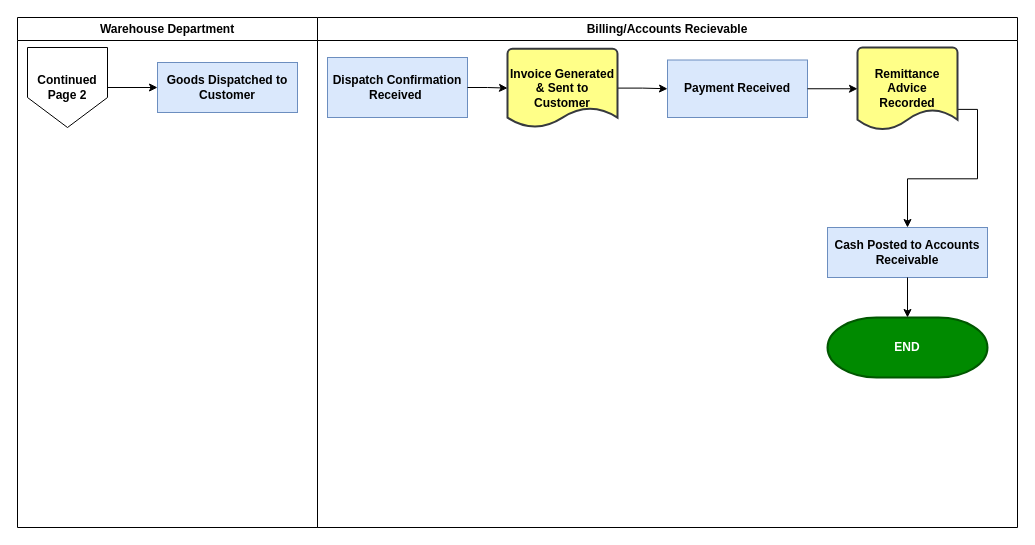
The draw.io diagram page "Page 2" (2 of 2) of Revenue_Cycle_Controls.drawio in andressiguenza/drawio, before the edit. Source tidied: cells renumbered, new cells numbered last; positions are measured from the earlier drawing's top-left corner, leaving out a move shared by most shapes. Both pictures are drawn from the tidied source at 100%, with x=0, y=0 at pixel (17, 17).
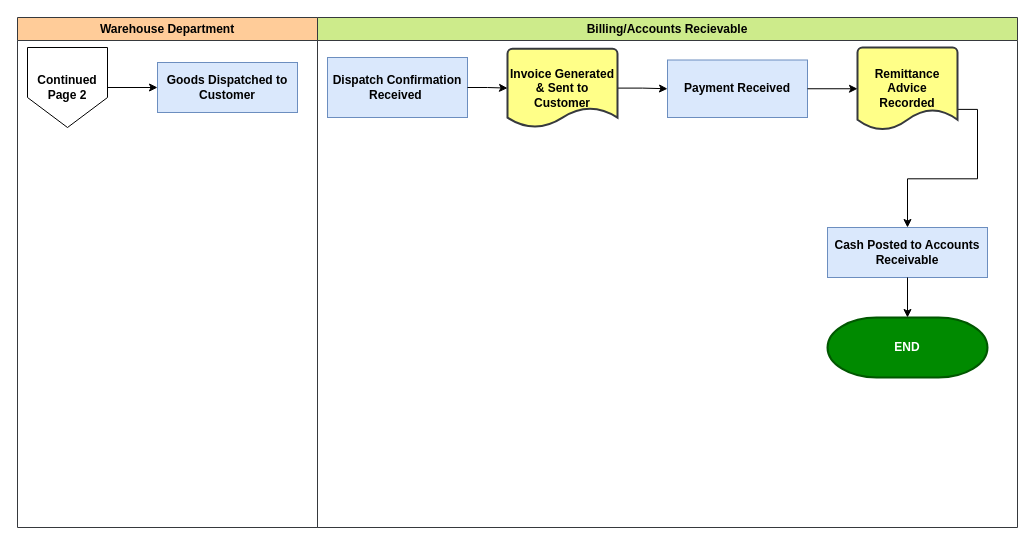
After the change.

Change to the diagram source:
```diff
@@
 <mxGraphModel>
   <root>
     <mxCell id="0" />
     <mxCell id="1" parent="0" />
     <mxCell id="2" style="edgeStyle=orthogonalEdgeStyle;rounded=0;jettySize=auto;html=1;" parent="1" edge="1" source="3" target="4">
       <mxGeometry relative="1" as="geometry" />
     </mxCell>
     <mxCell id="3" value="&lt;b&gt;Continued Page 2&lt;/b&gt;" style="shape=offPageConnector;whiteSpace=wrap;html=1;" parent="1" vertex="1">
       <mxGeometry x="10" y="30" width="80" height="80" as="geometry" />
     </mxCell>
     <mxCell id="4" value="&lt;b&gt;Goods Dispatched to Customer&lt;/b&gt;" style="html=1;dashed=0;whiteSpace=wrap;fillColor=#dae8fc;strokeColor=#6c8ebf;" parent="1" vertex="1">
       <mxGeometry x="140" y="45" width="140" height="50" as="geometry" />
     </mxCell>
-    <mxCell id="5" value="Warehouse Department" style="swimlane;whiteSpace=wrap;html=1;" parent="1" vertex="1">
+    <mxCell id="5" value="Warehouse Department" style="swimlane;whiteSpace=wrap;html=1;fillColor=#ffcc99;strokeColor=#36393d;" parent="1" vertex="1">
       <mxGeometry width="300" height="510" as="geometry" />
     </mxCell>
-    <mxCell id="6" value="Billing/Accounts Recievable" style="swimlane;whiteSpace=wrap;html=1;" parent="1" vertex="1">
+    <mxCell id="6" value="Billing/Accounts Recievable" style="swimlane;whiteSpace=wrap;html=1;fillColor=#cdeb8b;strokeColor=#36393d;" parent="1" vertex="1">
       <mxGeometry x="300" width="700" height="510" as="geometry" />
     </mxCell>
     <mxCell id="7" value="&lt;b&gt;Dispatch Confirmation Received&amp;nbsp;&lt;/b&gt;" style="html=1;dashed=0;whiteSpace=wrap;fillColor=#dae8fc;strokeColor=#6c8ebf;" parent="6" vertex="1">
       <mxGeometry x="10" y="40" width="140" height="60" as="geometry" />
     </mxCell>
     <mxCell id="8" style="edgeStyle=orthogonalEdgeStyle;rounded=0;jettySize=auto;html=1;exitX=1;exitY=0.5;exitDx=0;exitDy=0;exitPerimeter=0;entryX=0;entryY=0.5;entryDx=0;entryDy=0;" parent="6" edge="1" source="9" target="11">
       <mxGeometry relative="1" as="geometry" />
     </mxCell>
     <mxCell id="9" value="&lt;b&gt;Invoice Generated &amp;amp; Sent to Customer&lt;/b&gt;" style="strokeWidth=2;html=1;shape=mxgraph.flowchart.document2;whiteSpace=wrap;size=0.25;fillColor=#ffff88;strokeColor=#36393d;" parent="6" vertex="1">
       <mxGeometry x="190" y="31.2" width="110" height="78.8" as="geometry" />
     </mxCell>
     <mxCell id="10" style="edgeStyle=orthogonalEdgeStyle;rounded=0;jettySize=auto;html=1;exitX=1;exitY=0.5;exitDx=0;exitDy=0;entryX=0;entryY=0.5;entryDx=0;entryDy=0;entryPerimeter=0;" parent="6" edge="1" source="7" target="9">
       <mxGeometry relative="1" as="geometry" />
     </mxCell>
     <mxCell id="11" value="&lt;b&gt;Payment Received&lt;/b&gt;" style="html=1;dashed=0;whiteSpace=wrap;fillColor=#dae8fc;strokeColor=#6c8ebf;" parent="6" vertex="1">
       <mxGeometry x="350" y="42.5" width="140" height="57.5" as="geometry" />
     </mxCell>
     <mxCell id="12" style="edgeStyle=orthogonalEdgeStyle;rounded=0;jettySize=auto;html=1;exitX=1;exitY=0.75;exitDx=0;exitDy=0;exitPerimeter=0;entryX=0.5;entryY=0;entryDx=0;entryDy=0;" parent="6" edge="1" source="13" target="15">
       <mxGeometry relative="1" as="geometry" />
     </mxCell>
     <mxCell id="13" value="&lt;b&gt;Remittance Advice Recorded&lt;/b&gt;" style="strokeWidth=2;html=1;shape=mxgraph.flowchart.document2;whiteSpace=wrap;size=0.25;fillColor=#ffff88;strokeColor=#36393d;" parent="6" vertex="1">
       <mxGeometry x="540" y="30" width="100" height="82.5" as="geometry" />
     </mxCell>
     <mxCell id="14" style="edgeStyle=orthogonalEdgeStyle;rounded=0;jettySize=auto;html=1;exitX=1;exitY=0.5;exitDx=0;exitDy=0;entryX=0;entryY=0.5;entryDx=0;entryDy=0;entryPerimeter=0;" parent="6" edge="1" source="11" target="13">
       <mxGeometry relative="1" as="geometry" />
     </mxCell>
     <mxCell id="15" value="&lt;b&gt;Cash Posted to Accounts Receivable&lt;/b&gt;" style="html=1;dashed=0;whiteSpace=wrap;fillColor=#dae8fc;strokeColor=#6c8ebf;" parent="6" vertex="1">
       <mxGeometry x="510" y="210" width="160" height="50" as="geometry" />
     </mxCell>
     <mxCell id="16" value="&lt;b&gt;END&lt;/b&gt;" style="strokeWidth=2;html=1;shape=mxgraph.flowchart.terminator;whiteSpace=wrap;fillColor=#008a00;fontColor=#ffffff;strokeColor=#005700;" parent="6" vertex="1">
       <mxGeometry x="510" y="300" width="160" height="60" as="geometry" />
     </mxCell>
     <mxCell id="17" style="edgeStyle=orthogonalEdgeStyle;rounded=0;jettySize=auto;html=1;exitX=0.5;exitY=1;exitDx=0;exitDy=0;entryX=0.5;entryY=0;entryDx=0;entryDy=0;entryPerimeter=0;" parent="6" edge="1" source="15" target="16">
       <mxGeometry relative="1" as="geometry" />
     </mxCell>
   </root>
 </mxGraphModel>
```
